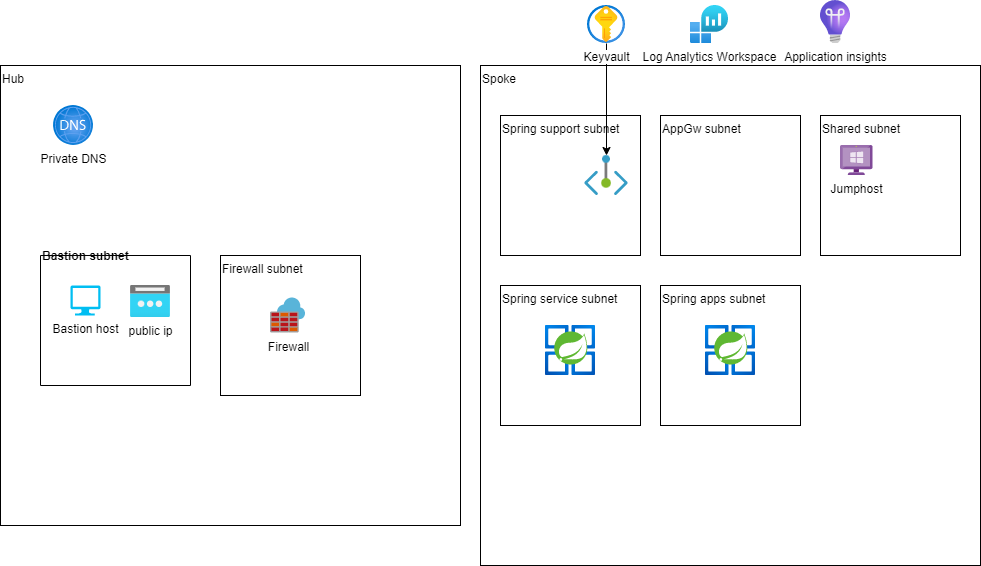
Above: architecture.drawio.png in piizei/azure-springapp-starter (draw.io), before the change. Source tidied: cells renumbered, new cells last; positions are measured from the earlier drawing's top-left corner, leaving out a move shared by most shapes.
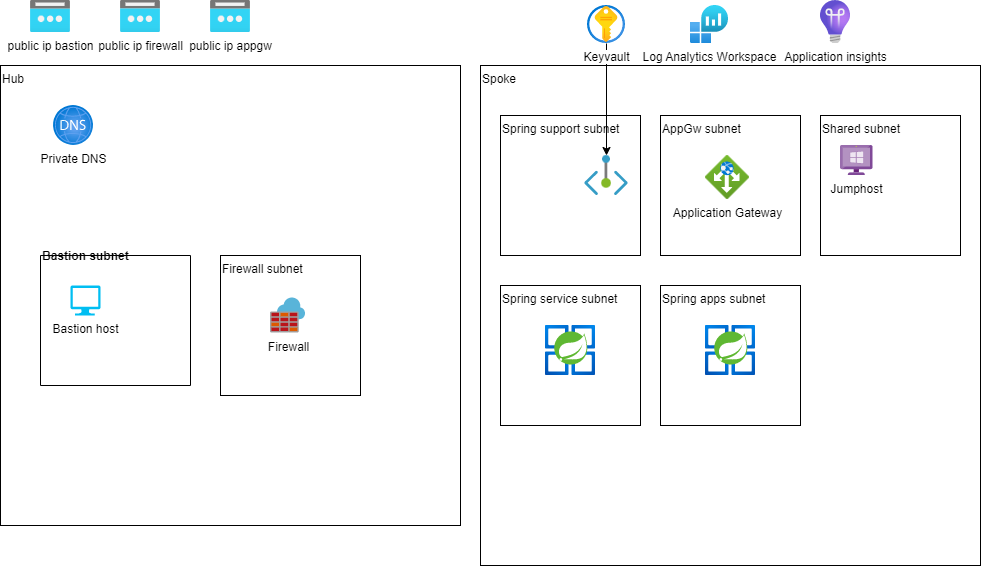
Above is the later version.

The edit, as a diff of the source:
```diff
@@ -14,9 +14,6 @@
     <mxCell id="5" value="Bastion host" style="verticalLabelPosition=bottom;html=1;verticalAlign=top;align=center;strokeColor=none;fillColor=#00BEF2;shape=mxgraph.azure.computer;sketch=0;" parent="4" vertex="1">
       <mxGeometry x="30" y="30" width="30" height="30" as="geometry" />
     </mxCell>
-    <mxCell id="6" value="public ip" style="html=1;align=center;image;fontSize=12;image=img/lib/azure2/networking/Public_IP_Addresses.svg;sketch=0;" parent="4" vertex="1">
-      <mxGeometry x="90" y="30" width="40" height="32" as="geometry" />
-    </mxCell>
     <mxCell id="7" value="Private DNS" style="html=1;align=center;image;fontSize=12;image=img/lib/azure2/networking/DNS_Zones.svg;sketch=0;" parent="1" vertex="1">
       <mxGeometry x="53" y="105" width="40" height="40" as="geometry" />
     </mxCell>
@@ -65,5 +62,17 @@
     <mxCell id="22" value="Application insights" style="html=1;align=center;image;fontSize=12;image=img/lib/azure2/devops/Application_Insights.svg;" parent="1" vertex="1">
       <mxGeometry x="820" width="30" height="43" as="geometry" />
     </mxCell>
+    <mxCell id="6" value="public ip bastion" style="html=1;align=center;image;fontSize=12;image=img/lib/azure2/networking/Public_IP_Addresses.svg;sketch=0;" parent="1" vertex="1">
+      <mxGeometry x="30" width="40" height="32" as="geometry" />
+    </mxCell>
+    <mxCell id="23" value="public ip firewall" style="html=1;align=center;image;fontSize=12;image=img/lib/azure2/networking/Public_IP_Addresses.svg;sketch=0;" parent="1" vertex="1">
+      <mxGeometry x="120" width="40" height="32" as="geometry" />
+    </mxCell>
+    <mxCell id="24" value="public ip appgw" style="html=1;align=center;image;fontSize=12;image=img/lib/azure2/networking/Public_IP_Addresses.svg;sketch=0;" parent="1" vertex="1">
+      <mxGeometry x="210" width="40" height="32" as="geometry" />
+    </mxCell>
+    <mxCell id="25" value="Application Gateway" style="html=1;align=center;image;fontSize=12;image=img/lib/azure2/networking/Application_Gateways.svg;" parent="1" vertex="1">
+      <mxGeometry x="705" y="155" width="44" height="44" as="geometry" />
+    </mxCell>
   </root>
 </mxGraphModel>
```
